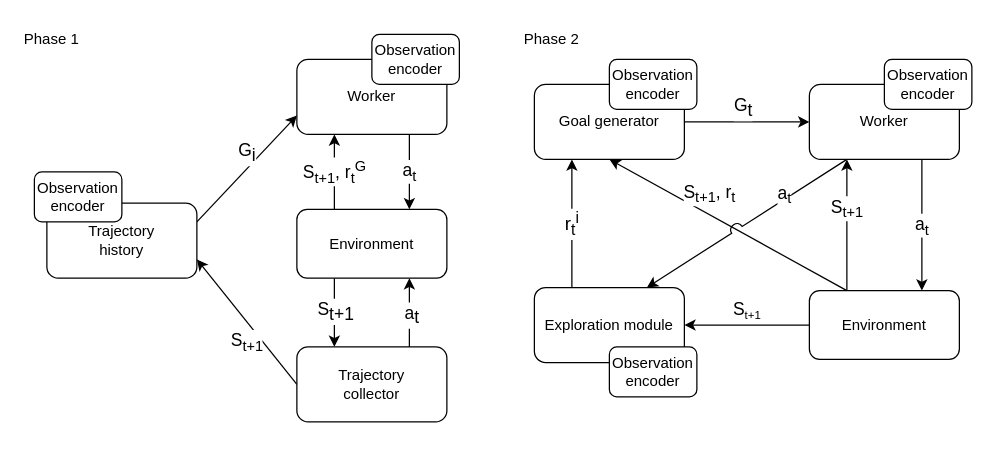
Earlier version of the draw.io diagram page "Page-1" (1 of 2) of assets/diagram.drawio (dllllb/pathrl). Source tidied: cells renumbered, new cells numbered last; positions are measured from the earlier drawing's top-left corner, leaving out a move shared by most shapes. Both pictures are drawn from the tidied source at 125%, with x=0, y=0 at pixel (21, 21).
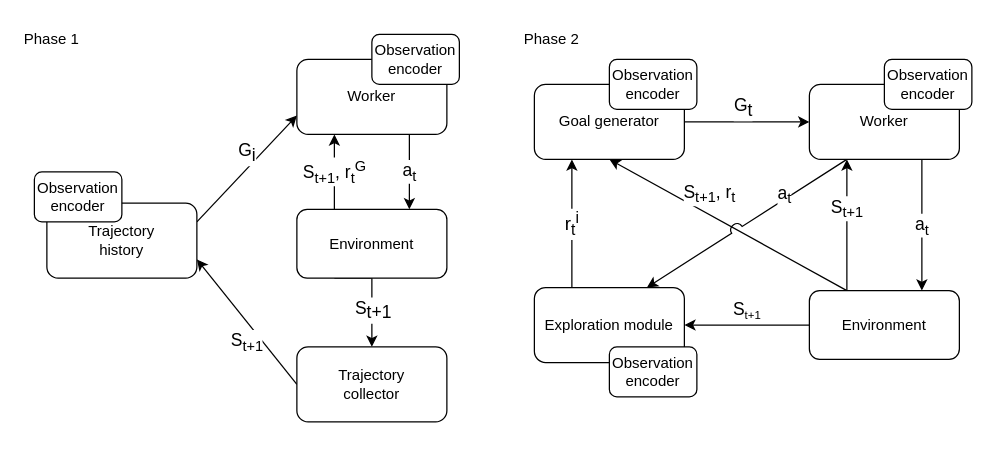
Above is the later version.

The change refers to these unchanged cells:
```xml
<mxCell id="26" value="Environment" style="rounded=1;whiteSpace=wrap;html=1;" parent="1" vertex="1">
  <mxGeometry x="220" y="150" width="120" height="55" as="geometry" />
</mxCell>
<mxCell id="31" value="Trajectory&lt;br&gt;collector" style="rounded=1;whiteSpace=wrap;html=1;fontSize=12;verticalAlign=middle;" parent="1" vertex="1">
  <mxGeometry x="220" y="260" width="120" height="60" as="geometry" />
</mxCell>
```

Diff of the diagram source:
```diff
@@
+    <mxCell id="32" value="Phase 1" style="rounded=0;whiteSpace=wrap;html=1;fillColor=none;strokeColor=none;verticalAlign=top;align=left;" parent="1" vertex="1">
+      <mxGeometry width="360" height="330" as="geometry" />
+    </mxCell>
@@
-    <mxCell id="24" style="edgeStyle=orthogonalEdgeStyle;rounded=0;jettySize=auto;html=1;entryX=0.25;entryY=0;entryDx=0;entryDy=0;exitX=0.25;exitY=1;exitDx=0;exitDy=0;" parent="1" edge="1" source="26" target="31">
-      <mxGeometry relative="1" as="geometry" />
+    <mxCell id="24" style="edgeStyle=orthogonalEdgeStyle;rounded=0;jettySize=auto;html=1;entryX=0.5;entryY=0;entryDx=0;entryDy=0;exitX=0.25;exitY=1;exitDx=0;exitDy=0;" parent="1" edge="1" source="26" target="31">
+      <mxGeometry relative="1" as="geometry">
+        <Array as="points">
+          <mxPoint x="280" y="205" />
+        </Array>
+      </mxGeometry>
     </mxCell>
     <mxCell id="25" value="&lt;span style=&quot;font-size: 14px&quot;&gt;S&lt;/span&gt;&lt;sub style=&quot;font-size: 14px&quot;&gt;t+1&lt;/sub&gt;" style="edgeLabel;html=1;align=center;verticalAlign=middle;fontSize=14;" parent="24" vertex="1">
-      <mxGeometry x="-0.05" relative="1" as="geometry" />
+      <mxGeometry x="-0.05" relative="1" as="geometry">
+        <mxPoint y="15" as="offset" />
+      </mxGeometry>
     </mxCell>
@@
-    <mxCell id="29" style="edgeStyle=orthogonalEdgeStyle;rounded=0;jettySize=auto;html=1;exitX=0.75;exitY=0;exitDx=0;exitDy=0;entryX=0.75;entryY=1;entryDx=0;entryDy=0;" parent="1" edge="1" source="31" target="26">
-      <mxGeometry relative="1" as="geometry" />
-    </mxCell>
-    <mxCell id="30" value="&lt;span style=&quot;font-size: 14px;&quot;&gt;a&lt;/span&gt;&lt;sub style=&quot;font-size: 14px;&quot;&gt;t&lt;/sub&gt;" style="edgeLabel;html=1;align=center;verticalAlign=middle;fontSize=14;" parent="29" vertex="1">
-      <mxGeometry x="-0.05" y="-1" relative="1" as="geometry" />
-    </mxCell>
@@
-    <mxCell id="32" value="Phase 1" style="rounded=0;whiteSpace=wrap;html=1;fillColor=none;strokeColor=none;verticalAlign=top;align=left;" parent="1" vertex="1">
-      <mxGeometry width="360" height="330" as="geometry" />
-    </mxCell>
```
